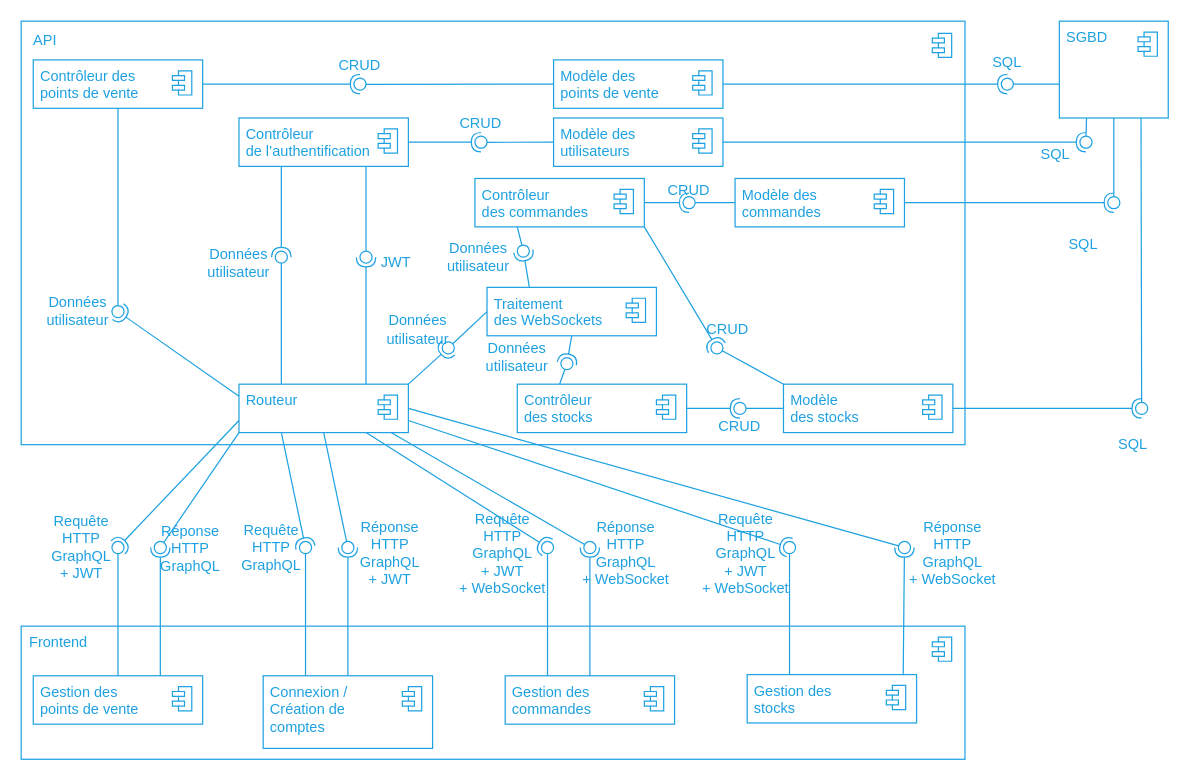
This is img/figure_component-diagram.dio from centvingt/OCPizzaRedaction, a draw.io file, before an edit. Source tidied: cells renumbered, new cells numbered last; positions are measured from the earlier drawing's top-left corner, leaving out a move shared by most shapes. Both pictures are drawn from the tidied source at 121%, with x=0, y=0 at pixel (21, 21).
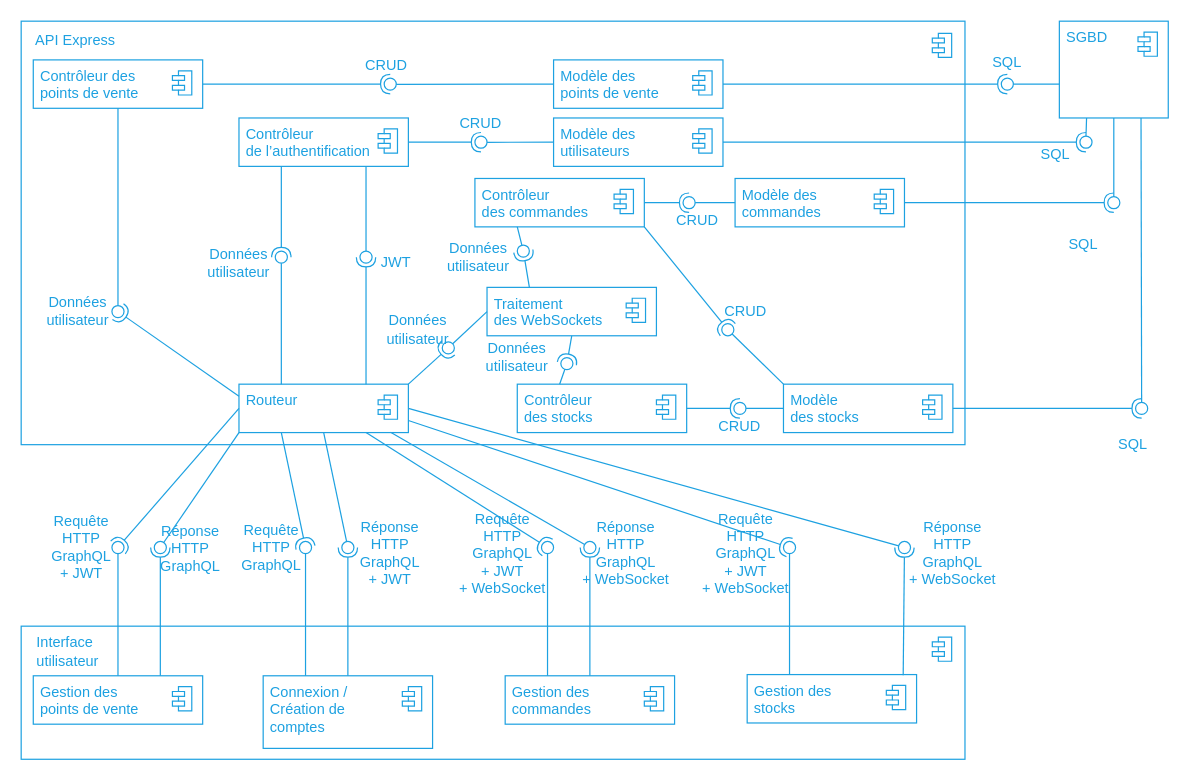
The same diagram, later.

Unchanged cells that the change refers to:
```xml
<mxCell id="37" style="fontStyle=1;align=center;verticalAlign=top;horizontal=1;strokeColor=#1DA1E1;fillColor=none;" parent="1" vertex="1">
  <mxGeometry x="180" y="300" width="140" height="40" as="geometry" />
</mxCell>
<mxCell id="38" value="&lt;font color=&quot;#1da1e1&quot;&gt;Routeur&amp;nbsp;&lt;br&gt;&lt;/font&gt;" style="html=1;align=left;spacingLeft=4;verticalAlign=top;strokeColor=none;fillColor=none;" parent="37" vertex="1">
  <mxGeometry width="140" height="40" as="geometry" />
</mxCell>
<mxCell id="120" style="ellipse;whiteSpace=wrap;html=1;fontFamily=Helvetica;fontSize=12;fontColor=#000000;align=center;points=[];fillColor=none;strokeColor=#1DA1E1;" parent="1" vertex="1">
  <mxGeometry x="75" y="430" width="10" height="10" as="geometry" />
</mxCell>
```

What changed in the source:
```diff
@@
     <mxCell id="60" value="&lt;font color=&quot;#1da1e1&quot;&gt;CRUD&lt;br&gt;&lt;/font&gt;" style="text;html=1;strokeColor=none;fillColor=none;align=center;verticalAlign=middle;whiteSpace=wrap;rounded=0;" parent="1" vertex="1">
-      <mxGeometry x="532" y="130" width="40" height="20" as="geometry" />
+      <mxGeometry x="539" y="155" width="40" height="20" as="geometry" />
     </mxCell>
@@
     <mxCell id="68" value="&lt;font color=&quot;#1da1e1&quot;&gt;CRUD&lt;br&gt;&lt;/font&gt;" style="text;html=1;strokeColor=none;fillColor=none;align=center;verticalAlign=middle;whiteSpace=wrap;rounded=0;" parent="1" vertex="1">
-      <mxGeometry x="564" y="245" width="40" height="20" as="geometry" />
+      <mxGeometry x="579" y="230" width="40" height="20" as="geometry" />
     </mxCell>
@@
     <mxCell id="92" style="ellipse;whiteSpace=wrap;html=1;fontFamily=Helvetica;fontSize=12;fontColor=#000000;align=center;points=[];fillColor=none;strokeColor=#1DA1E1;" parent="1" vertex="1">
-      <mxGeometry x="570" y="265" width="10" height="10" as="geometry" />
+      <mxGeometry x="579" y="250" width="10" height="10" as="geometry" />
     </mxCell>
@@
-    <mxCell id="107" value="&lt;font color=&quot;#1da1e1&quot;&gt;Frontend&lt;br&gt;&lt;/font&gt;" style="text;html=1;strokeColor=none;fillColor=none;align=center;verticalAlign=middle;whiteSpace=wrap;rounded=0;" parent="1" vertex="1">
-      <mxGeometry x="11" y="504" width="40" height="20" as="geometry" />
+    <mxCell id="107" value="&lt;div&gt;&lt;span style=&quot;color: rgb(29 , 161 , 225)&quot;&gt;Interface&amp;nbsp;&lt;/span&gt;&lt;/div&gt;&lt;div&gt;&lt;span style=&quot;color: rgb(29 , 161 , 225)&quot;&gt;utilisateur&lt;/span&gt;&lt;/div&gt;" style="text;html=1;strokeColor=none;fillColor=none;align=left;verticalAlign=middle;whiteSpace=wrap;rounded=0;" parent="1" vertex="1">
+      <mxGeometry x="11" y="511" width="129" height="20" as="geometry" />
     </mxCell>
-    <mxCell id="108" value="&lt;font color=&quot;#1da1e1&quot;&gt;API&lt;br&gt;&lt;/font&gt;" style="text;html=1;strokeColor=none;fillColor=none;align=center;verticalAlign=middle;whiteSpace=wrap;rounded=0;" parent="1" vertex="1">
-      <mxGeometry x="10" y="6" width="20" height="20" as="geometry" />
+    <mxCell id="108" value="&lt;div&gt;&lt;span style=&quot;color: rgb(29 , 161 , 225)&quot;&gt;API Express&lt;/span&gt;&lt;/div&gt;" style="text;html=1;strokeColor=none;fillColor=none;align=left;verticalAlign=middle;whiteSpace=wrap;rounded=0;" parent="1" vertex="1">
+      <mxGeometry x="10" y="6" width="80" height="20" as="geometry" />
     </mxCell>
@@
-    <mxCell id="119" style="rounded=0;jettySize=auto;html=1;endArrow=halfCircle;endFill=0;entryX=0.5;entryY=0.5;entryDx=0;entryDy=0;endSize=6;strokeWidth=1;exitX=0;exitY=0.75;exitDx=0;exitDy=0;strokeColor=#1DA1E1;" parent="1" edge="1" source="37" target="120">
+    <mxCell id="119" style="rounded=0;jettySize=auto;html=1;endArrow=halfCircle;endFill=0;entryX=0.5;entryY=0.5;entryDx=0;entryDy=0;endSize=6;strokeWidth=1;exitX=0;exitY=0.5;exitDx=0;exitDy=0;strokeColor=#1DA1E1;" parent="1" edge="1" source="38" target="120">
       <mxGeometry relative="1" as="geometry" />
     </mxCell>
@@
     <mxCell id="130" value="&lt;font color=&quot;#1da1e1&quot;&gt;CRUD&lt;br&gt;&lt;/font&gt;" style="text;html=1;strokeColor=none;fillColor=none;align=center;verticalAlign=middle;whiteSpace=wrap;rounded=0;" parent="1" vertex="1">
-      <mxGeometry x="260" y="27" width="40" height="20" as="geometry" />
+      <mxGeometry x="282" y="27" width="40" height="20" as="geometry" />
     </mxCell>
     <mxCell id="131" style="ellipse;whiteSpace=wrap;html=1;fontFamily=Helvetica;fontSize=12;fontColor=#000000;align=center;points=[];fillColor=none;strokeColor=#1DA1E1;" parent="1" vertex="1">
-      <mxGeometry x="275" y="47" width="10" height="10" as="geometry" />
+      <mxGeometry x="300" y="47" width="10" height="10" as="geometry" />
     </mxCell>
```
